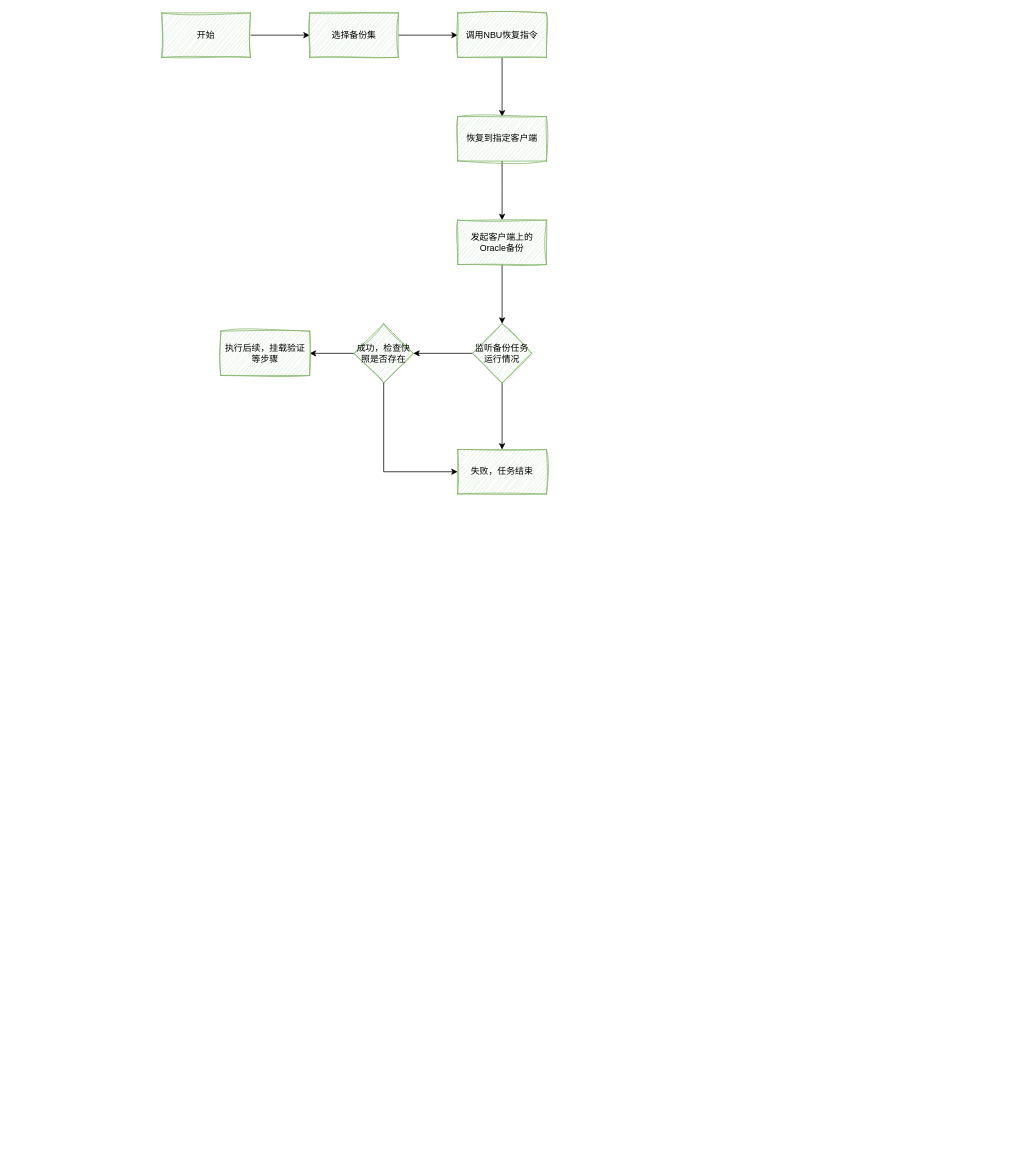
Earlier version of the draw.io diagram new-flow.drawio (maqinzhang/diagrams). Source tidied: cells renumbered, new cells numbered last; positions are measured from the earlier drawing's top-left corner, leaving out a move shared by most shapes. Both pictures are drawn from the tidied source at 74%, with x=0, y=0 at pixel (161, 13).
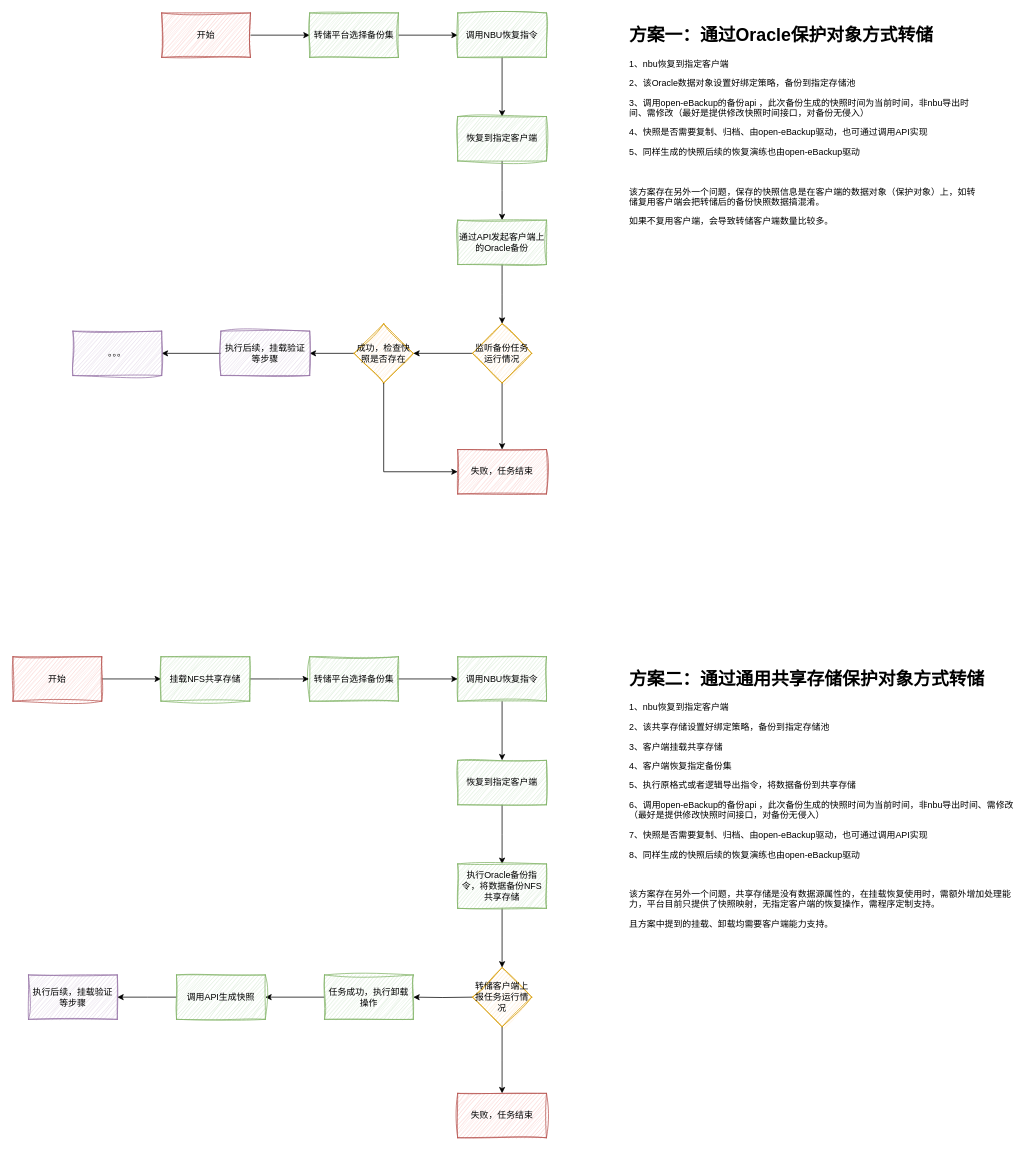
Above is the later version.

Diff of the diagram source:
```diff
@@
-    <mxCell id="3" value="开始" style="rounded=0;whiteSpace=wrap;html=1;fillColor=#d5e8d4;strokeColor=#82b366;sketch=1;curveFitting=1;jiggle=2;" parent="1" vertex="1">
+    <mxCell id="3" value="开始" style="rounded=0;whiteSpace=wrap;html=1;fillColor=#f8cecc;strokeColor=#b85450;sketch=1;curveFitting=1;jiggle=2;" parent="1" vertex="1">
       <mxGeometry width="120" height="60" as="geometry" />
     </mxCell>
@@
-    <mxCell id="5" value="选择备份集" style="rounded=0;whiteSpace=wrap;html=1;fillColor=#d5e8d4;strokeColor=#82b366;sketch=1;curveFitting=1;jiggle=2;" parent="1" vertex="1">
+    <mxCell id="5" value="转储平台选择备份集" style="rounded=0;whiteSpace=wrap;html=1;fillColor=#d5e8d4;strokeColor=#82b366;sketch=1;curveFitting=1;jiggle=2;" parent="1" vertex="1">
       <mxGeometry x="200" width="120" height="60" as="geometry" />
     </mxCell>
@@
-    <mxCell id="11" value="发起客户端上的Oracle备份" style="whiteSpace=wrap;html=1;fillColor=#d5e8d4;strokeColor=#82b366;rounded=0;sketch=1;curveFitting=1;jiggle=2;" parent="1" vertex="1">
+    <mxCell id="11" value="通过API发起客户端上的Oracle备份" style="whiteSpace=wrap;html=1;fillColor=#d5e8d4;strokeColor=#82b366;rounded=0;sketch=1;curveFitting=1;jiggle=2;" parent="1" vertex="1">
       <mxGeometry x="400" y="280" width="120" height="60" as="geometry" />
     </mxCell>
@@
-    <mxCell id="14" value="监听备份任务运行情况" style="rhombus;whiteSpace=wrap;html=1;fillColor=#d5e8d4;strokeColor=#82b366;rounded=0;sketch=1;curveFitting=1;jiggle=2;" parent="1" vertex="1">
+    <mxCell id="14" value="监听备份任务运行情况" style="rhombus;whiteSpace=wrap;html=1;fillColor=#ffe6cc;strokeColor=#d79b00;rounded=0;sketch=1;curveFitting=1;jiggle=2;" parent="1" vertex="1">
       <mxGeometry x="420" y="420" width="80" height="80" as="geometry" />
     </mxCell>
@@
-    <mxCell id="16" value="成功，检查快照是否存在" style="rhombus;whiteSpace=wrap;html=1;fillColor=#d5e8d4;strokeColor=#82b366;rounded=0;sketch=1;curveFitting=1;jiggle=2;" parent="1" vertex="1">
+    <mxCell id="16" value="成功，检查快照是否存在" style="rhombus;whiteSpace=wrap;html=1;fillColor=#ffe6cc;strokeColor=#d79b00;rounded=0;sketch=1;curveFitting=1;jiggle=2;" parent="1" vertex="1">
       <mxGeometry x="260" y="420" width="80" height="80" as="geometry" />
     </mxCell>
-    <mxCell id="17" value="失败，任务结束" style="whiteSpace=wrap;html=1;fillColor=#d5e8d4;strokeColor=#82b366;rounded=0;sketch=1;curveFitting=1;jiggle=2;" parent="1" vertex="1">
+    <mxCell id="17" value="失败，任务结束" style="whiteSpace=wrap;html=1;fillColor=#f8cecc;strokeColor=#b85450;rounded=0;sketch=1;curveFitting=1;jiggle=2;" parent="1" vertex="1">
       <mxGeometry x="400" y="590" width="120" height="60" as="geometry" />
     </mxCell>
+    <mxCell id="20" style="edgeStyle=orthogonalEdgeStyle;rounded=0;jettySize=auto;html=1;" parent="1" edge="1" source="18" target="33">
+      <mxGeometry relative="1" as="geometry" />
+    </mxCell>
-    <mxCell id="18" value="执行后续，挂载验证等步骤" style="whiteSpace=wrap;html=1;fillColor=#d5e8d4;strokeColor=#82b366;rounded=0;sketch=1;curveFitting=1;jiggle=2;" parent="1" vertex="1">
+    <mxCell id="18" value="执行后续，挂载验证等步骤" style="whiteSpace=wrap;html=1;fillColor=#e1d5e7;strokeColor=#9673a6;rounded=0;sketch=1;curveFitting=1;jiggle=2;" parent="1" vertex="1">
       <mxGeometry x="80" y="430" width="120" height="60" as="geometry" />
     </mxCell>
@@
+    <mxCell id="21" style="edgeStyle=orthogonalEdgeStyle;rounded=0;jettySize=auto;html=1;" parent="1" edge="1" source="22" target="32">
+      <mxGeometry relative="1" as="geometry" />
+    </mxCell>
+    <mxCell id="22" value="开始" style="rounded=0;whiteSpace=wrap;html=1;fillColor=#f8cecc;strokeColor=#b85450;sketch=1;curveFitting=1;jiggle=2;" parent="1" vertex="1">
+      <mxGeometry x="-201" y="870" width="120" height="60" as="geometry" />
+    </mxCell>
+    <mxCell id="23" style="edgeStyle=orthogonalEdgeStyle;rounded=0;jettySize=auto;html=1;" parent="1" edge="1" source="24" target="26">
+      <mxGeometry relative="1" as="geometry" />
+    </mxCell>
+    <mxCell id="24" value="转储平台选择备份集" style="rounded=0;whiteSpace=wrap;html=1;fillColor=#d5e8d4;strokeColor=#82b366;sketch=1;curveFitting=1;jiggle=2;" parent="1" vertex="1">
+      <mxGeometry x="200" y="870" width="120" height="60" as="geometry" />
+    </mxCell>
+    <mxCell id="25" style="edgeStyle=orthogonalEdgeStyle;rounded=0;jettySize=auto;html=1;" parent="1" edge="1" source="26" target="28">
+      <mxGeometry relative="1" as="geometry" />
+    </mxCell>
+    <mxCell id="26" value="调用NBU恢复指令" style="whiteSpace=wrap;html=1;fillColor=#d5e8d4;strokeColor=#82b366;rounded=0;sketch=1;curveFitting=1;jiggle=2;" parent="1" vertex="1">
+      <mxGeometry x="400" y="870" width="120" height="60" as="geometry" />
+    </mxCell>
+    <mxCell id="27" style="edgeStyle=orthogonalEdgeStyle;rounded=0;jettySize=auto;html=1;" parent="1" edge="1" source="28" target="30">
+      <mxGeometry relative="1" as="geometry">
+        <Array as="points">
+          <mxPoint x="460" y="1110" />
+          <mxPoint x="460" y="1110" />
+        </Array>
+      </mxGeometry>
+    </mxCell>
+    <mxCell id="28" value="恢复到指定客户端" style="whiteSpace=wrap;html=1;fillColor=#d5e8d4;strokeColor=#82b366;rounded=0;sketch=1;curveFitting=1;jiggle=2;" parent="1" vertex="1">
+      <mxGeometry x="400" y="1010" width="120" height="60" as="geometry" />
+    </mxCell>
+    <mxCell id="29" style="edgeStyle=orthogonalEdgeStyle;rounded=0;jettySize=auto;html=1;" parent="1" edge="1" source="30">
+      <mxGeometry relative="1" as="geometry">
+        <mxPoint x="460" y="1290" as="targetPoint" />
+      </mxGeometry>
+    </mxCell>
+    <mxCell id="30" value="执行Oracle备份指令，将数据备份NFS共享存储" style="whiteSpace=wrap;html=1;fillColor=#d5e8d4;strokeColor=#82b366;rounded=0;sketch=1;curveFitting=1;jiggle=2;" parent="1" vertex="1">
+      <mxGeometry x="400" y="1150" width="120" height="60" as="geometry" />
+    </mxCell>
+    <mxCell id="31" style="edgeStyle=orthogonalEdgeStyle;rounded=0;jettySize=auto;html=1;" parent="1" edge="1" source="32">
+      <mxGeometry relative="1" as="geometry">
+        <mxPoint x="199" y="900" as="targetPoint" />
+      </mxGeometry>
+    </mxCell>
+    <mxCell id="32" value="挂载NFS共享存储" style="rounded=0;whiteSpace=wrap;html=1;fillColor=#d5e8d4;strokeColor=#82b366;sketch=1;curveFitting=1;jiggle=2;" parent="1" vertex="1">
+      <mxGeometry x="-1" y="870" width="120" height="60" as="geometry" />
+    </mxCell>
+    <mxCell id="33" value="。。。" style="whiteSpace=wrap;html=1;fillColor=#e1d5e7;strokeColor=#9673a6;rounded=0;sketch=1;curveFitting=1;jiggle=2;" parent="1" vertex="1">
+      <mxGeometry x="-120" y="430" width="120" height="60" as="geometry" />
+    </mxCell>
+    <mxCell id="34" style="edgeStyle=orthogonalEdgeStyle;rounded=0;jettySize=auto;html=1;" parent="1" edge="1" target="36">
+      <mxGeometry relative="1" as="geometry">
+        <mxPoint x="420" y="1330" as="sourcePoint" />
+      </mxGeometry>
+    </mxCell>
+    <mxCell id="35" style="edgeStyle=orthogonalEdgeStyle;rounded=0;jettySize=auto;html=1;" parent="1" edge="1" source="36" target="38">
+      <mxGeometry relative="1" as="geometry" />
+    </mxCell>
+    <mxCell id="36" value="任务成功，执行卸载操作" style="whiteSpace=wrap;html=1;fillColor=#d5e8d4;strokeColor=#82b366;rounded=0;sketch=1;curveFitting=1;jiggle=2;" parent="1" vertex="1">
+      <mxGeometry x="220" y="1300" width="120" height="60" as="geometry" />
+    </mxCell>
+    <mxCell id="37" style="edgeStyle=orthogonalEdgeStyle;rounded=0;jettySize=auto;html=1;" parent="1" edge="1" source="38">
+      <mxGeometry relative="1" as="geometry">
+        <mxPoint x="-60" y="1330" as="targetPoint" />
+      </mxGeometry>
+    </mxCell>
+    <mxCell id="38" value="调用API生成快照" style="whiteSpace=wrap;html=1;fillColor=#d5e8d4;strokeColor=#82b366;rounded=0;sketch=1;curveFitting=1;jiggle=2;" parent="1" vertex="1">
+      <mxGeometry x="20" y="1300" width="120" height="60" as="geometry" />
+    </mxCell>
+    <mxCell id="39" style="edgeStyle=orthogonalEdgeStyle;rounded=0;jettySize=auto;html=1;" parent="1" edge="1" source="40">
+      <mxGeometry relative="1" as="geometry">
+        <mxPoint x="460" y="1460" as="targetPoint" />
+      </mxGeometry>
+    </mxCell>
+    <mxCell id="40" value="转储客户端上报任务运行情况" style="rhombus;whiteSpace=wrap;html=1;fillColor=#ffe6cc;strokeColor=#d79b00;rounded=0;sketch=1;curveFitting=1;jiggle=2;" parent="1" vertex="1">
+      <mxGeometry x="420" y="1290" width="80" height="80" as="geometry" />
+    </mxCell>
+    <mxCell id="41" value="失败，任务结束" style="whiteSpace=wrap;html=1;fillColor=#f8cecc;strokeColor=#b85450;rounded=0;sketch=1;curveFitting=1;jiggle=2;" parent="1" vertex="1">
+      <mxGeometry x="400" y="1460" width="120" height="60" as="geometry" />
+    </mxCell>
+    <mxCell id="42" value="执行后续，挂载验证等步骤" style="whiteSpace=wrap;html=1;fillColor=#e1d5e7;strokeColor=#9673a6;rounded=0;sketch=1;curveFitting=1;jiggle=2;" parent="1" vertex="1">
+      <mxGeometry x="-180" y="1300" width="120" height="60" as="geometry" />
+    </mxCell>
+    <mxCell id="43" value="&lt;h1 style=&quot;margin-top: 0px;&quot;&gt;方案一：通过Oracle保护对象方式转储&lt;/h1&gt;&lt;p&gt;&lt;span style=&quot;white-space-collapse: preserve;&quot;&gt;1、nbu恢复到指定客户端&lt;br&gt;&lt;/span&gt;&lt;/p&gt;&lt;p&gt;&lt;span style=&quot;white-space-collapse: preserve;&quot;&gt;2、该Oracle数据对象设置好绑定策略，备份到指定存储池&lt;br&gt;&lt;/span&gt;&lt;/p&gt;&lt;p&gt;&lt;span style=&quot;white-space-collapse: preserve;&quot;&gt;3、调用open-eBackup的备份api ，此次备份生成的快照时间为当前时间，非nbu导出时间、需修改（最好是提供修改快照时间接口，对备份无侵入）&lt;br&gt;&lt;/span&gt;&lt;/p&gt;&lt;p&gt;&lt;span style=&quot;white-space-collapse: preserve;&quot;&gt;4、快照是否需要复制、归档、由open-eBackup驱动，也可通过调用API实现&lt;br&gt;&lt;/span&gt;&lt;/p&gt;&lt;p&gt;&lt;span style=&quot;white-space-collapse: preserve;&quot;&gt;5、同样生成的快照后续的恢复演练也由open-eBackup驱动&lt;/span&gt;&lt;/p&gt;&lt;p&gt;&lt;span style=&quot;white-space-collapse: preserve;&quot;&gt;&lt;br&gt;&lt;/span&gt;&lt;/p&gt;&lt;p&gt;&lt;span style=&quot;white-space-collapse: preserve;&quot;&gt;该方案存在另外一个问题，保存的快照信息是在客户端的数据对象（保护对象）上，如转储复用客户端会把转储后的备份快照数据搞混淆。&lt;br&gt;&lt;/span&gt;&lt;/p&gt;&lt;p&gt;&lt;span style=&quot;white-space-collapse: preserve;&quot;&gt;&lt;/span&gt;&lt;/p&gt;&lt;p&gt;&lt;span style=&quot;white-space-collapse: preserve;&quot;&gt;如果不复用客户端，会导致转储客户端数量比较多。&lt;/span&gt;&lt;/p&gt;" style="text;html=1;whiteSpace=wrap;overflow=hidden;rounded=0;" parent="1" vertex="1">
+      <mxGeometry x="630" y="10" width="470" height="380" as="geometry" />
+    </mxCell>
+    <mxCell id="44" value="&lt;h1 style=&quot;margin-top: 0px;&quot;&gt;方案二：通过通用共享存储保护对象方式转储&lt;/h1&gt;&lt;p&gt;&lt;span style=&quot;white-space-collapse: preserve;&quot;&gt;1、nbu恢复到指定客户端&lt;br&gt;&lt;/span&gt;&lt;/p&gt;&lt;p&gt;&lt;span style=&quot;white-space-collapse: preserve;&quot;&gt;2、该共享存储设置好绑定策略，备份到指定存储池&lt;br&gt;&lt;/span&gt;&lt;/p&gt;&lt;p&gt;&lt;span style=&quot;white-space-collapse: preserve;&quot;&gt;3、客户端挂载共享存储&lt;/span&gt;&lt;/p&gt;&lt;p&gt;&lt;span style=&quot;white-space-collapse: preserve;&quot;&gt;4、客户端恢复指定备份集&lt;/span&gt;&lt;/p&gt;&lt;p&gt;&lt;span style=&quot;white-space-collapse: preserve;&quot;&gt;5、执行原格式或者逻辑导出指令，将数据备份到共享存储&lt;/span&gt;&lt;/p&gt;&lt;p&gt;&lt;span style=&quot;white-space-collapse: preserve;&quot;&gt;6、&lt;/span&gt;&lt;span style=&quot;white-space-collapse: preserve; background-color: transparent;&quot;&gt;调用open-eBackup的备份api ，此次备份生成的快照时间为当前时间，非nbu导出时间、需修改（最好是提供修改快照时间接口，对备份无侵入）&lt;/span&gt;&lt;/p&gt;&lt;p&gt;&lt;span style=&quot;white-space-collapse: preserve;&quot;&gt;7、快照是否需要复制、归档、由open-eBackup驱动，也可通过调用API实现&lt;br&gt;&lt;/span&gt;&lt;/p&gt;&lt;p&gt;&lt;span style=&quot;white-space-collapse: preserve;&quot;&gt;8、同样生成的快照后续的恢复演练也由open-eBackup驱动&lt;/span&gt;&lt;/p&gt;&lt;p&gt;&lt;span style=&quot;white-space-collapse: preserve;&quot;&gt;&lt;br&gt;&lt;/span&gt;&lt;/p&gt;&lt;p&gt;&lt;span style=&quot;white-space-collapse: preserve;&quot;&gt;该方案存在另外一个问题，共享存储是没有数据源属性的，在挂载恢复使用时，需额外增加处理能力，平台目前只提供了快照映射，无指定客户端的恢复操作，需程序定制支持&lt;/span&gt;&lt;span style=&quot;white-space-collapse: preserve; background-color: transparent;&quot;&gt;。&lt;/span&gt;&lt;/p&gt;&lt;p&gt;且方案中提到的挂载、卸载均需要客户端能力支持。&lt;/p&gt;" style="text;html=1;whiteSpace=wrap;overflow=hidden;rounded=0;" parent="1" vertex="1">
+      <mxGeometry x="630" y="880" width="530" height="380" as="geometry" />
+    </mxCell>
```
